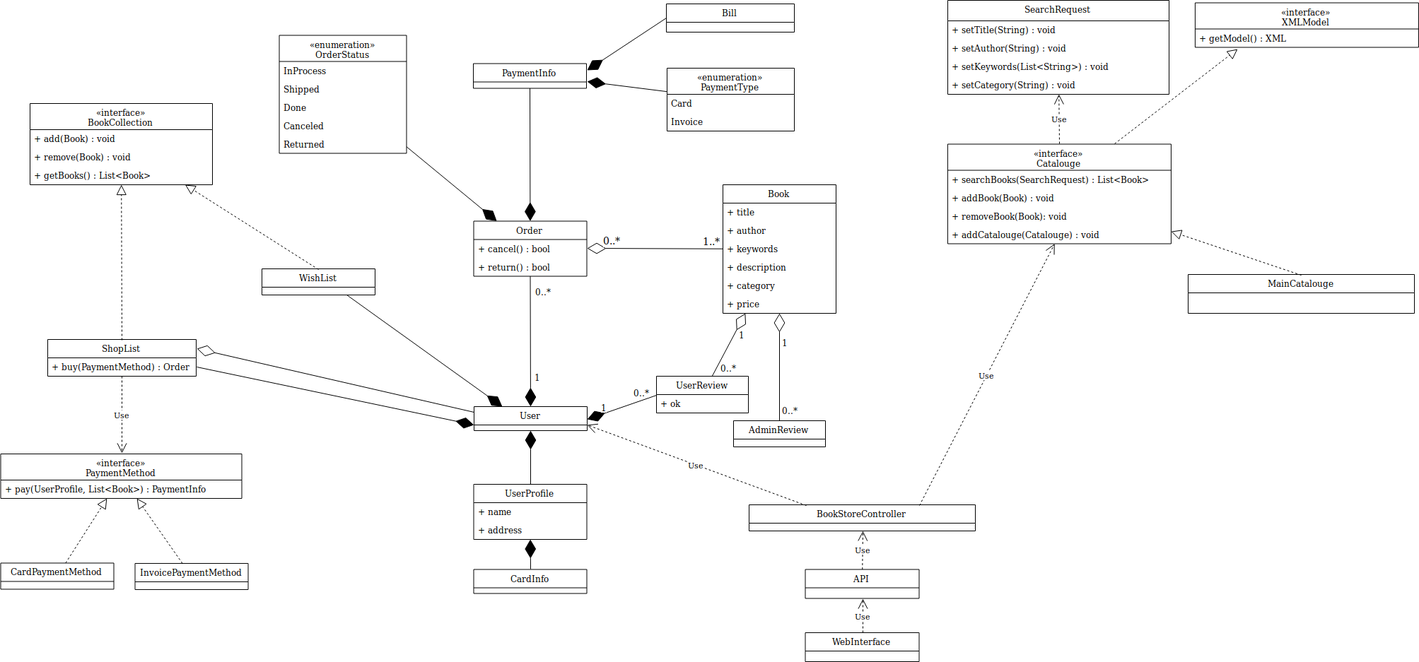
Before: bookstore/bookstore.png, a diagram exported from draw.io (akhoroshev/se-architecture-course). Source tidied: cells renumbered, new cells last; positions are measured from the earlier drawing's top-left corner, leaving out a move shared by most shapes.
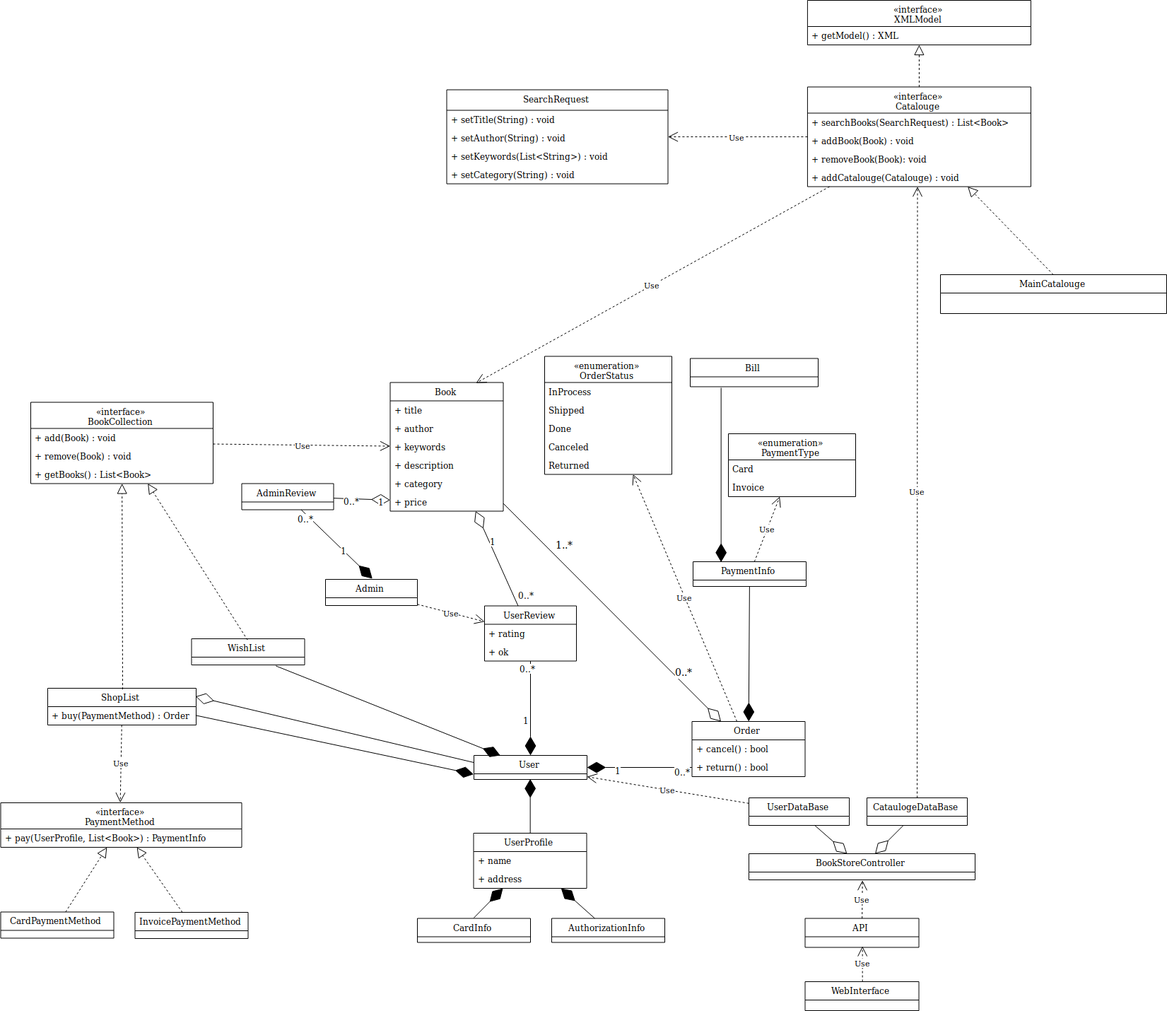
Above is the later version.

What changed in the source:
```diff
@@ -3,7 +3,7 @@
     <mxCell id="0" />
     <mxCell id="1" parent="0" />
     <mxCell id="2" value="Book" style="swimlane;fontStyle=0;align=center;verticalAlign=top;horizontal=1;startSize=26;" parent="1" vertex="1">
-      <mxGeometry x="1022" y="261" width="160" height="182" as="geometry" />
+      <mxGeometry x="551.5" y="47.5" width="160" height="182" as="geometry" />
     </mxCell>
     <mxCell id="3" value="+ title" style="text;strokeColor=none;fillColor=none;align=left;verticalAlign=top;spacingLeft=4;spacingRight=4;overflow=hidden;" parent="2" vertex="1">
       <mxGeometry y="26" width="160" height="26" as="geometry" />
@@ -24,7 +24,7 @@
       <mxGeometry y="156" width="160" height="26" as="geometry" />
     </mxCell>
     <mxCell id="9" value="Order" style="swimlane;fontStyle=0;align=center;verticalAlign=top;horizontal=1;startSize=26;" parent="1" vertex="1">
-      <mxGeometry x="669.5" y="312.5" width="160" height="78" as="geometry" />
+      <mxGeometry x="978.5" y="527" width="160" height="78" as="geometry" />
     </mxCell>
     <mxCell id="10" value="+ cancel() : bool" style="text;strokeColor=none;fillColor=none;align=left;verticalAlign=top;spacingLeft=4;spacingRight=4;overflow=hidden;" parent="9" vertex="1">
       <mxGeometry y="26" width="160" height="26" as="geometry" />
@@ -33,7 +33,7 @@
       <mxGeometry y="52" width="160" height="26" as="geometry" />
     </mxCell>
     <mxCell id="12" value="«enumeration»&#10;OrderStatus" style="swimlane;fontStyle=0;align=center;verticalAlign=top;horizontal=1;startSize=37;" parent="1" vertex="1">
-      <mxGeometry x="394.5" y="49.5" width="180" height="167" as="geometry" />
+      <mxGeometry x="770" y="10.5" width="180" height="167" as="geometry" />
     </mxCell>
     <mxCell id="13" value="InProcess" style="text;strokeColor=none;fillColor=none;align=left;verticalAlign=top;spacingLeft=4;spacingRight=4;overflow=hidden;" parent="12" vertex="1">
       <mxGeometry y="37" width="180" height="26" as="geometry" />
@@ -50,14 +50,11 @@
     <mxCell id="17" value="Returned" style="text;strokeColor=none;fillColor=none;align=left;verticalAlign=top;spacingLeft=4;spacingRight=4;overflow=hidden;" parent="12" vertex="1">
       <mxGeometry y="141" width="180" height="26" as="geometry" />
     </mxCell>
-    <mxCell id="18" style="endArrow=diamondThin;endFill=1;endSize=24;html=1;" parent="1" edge="1" source="12" target="9">
-      <mxGeometry relative="1" as="geometry" />
-    </mxCell>
     <mxCell id="19" value="PaymentInfo" style="swimlane;fontStyle=0;align=center;verticalAlign=top;horizontal=1;startSize=26;" parent="1" vertex="1">
-      <mxGeometry x="669" y="89.5" width="160" height="35" as="geometry" />
+      <mxGeometry x="980" y="301" width="160" height="35" as="geometry" />
     </mxCell>
     <mxCell id="20" value="«enumeration»&#10;PaymentType" style="swimlane;fontStyle=0;align=center;verticalAlign=top;horizontal=1;startSize=37;" parent="1" vertex="1">
-      <mxGeometry x="943" y="96" width="180" height="89" as="geometry" />
+      <mxGeometry x="1030" y="120" width="180" height="89" as="geometry" />
     </mxCell>
     <mxCell id="21" value="Card" style="text;strokeColor=none;fillColor=none;align=left;verticalAlign=top;spacingLeft=4;spacingRight=4;overflow=hidden;" parent="20" vertex="1">
       <mxGeometry y="37" width="180" height="26" as="geometry" />
@@ -86,16 +83,13 @@
     <mxCell id="29" style="endArrow=block;dashed=1;endFill=0;endSize=12;html=1;" parent="1" edge="1" source="25" target="27">
       <mxGeometry relative="1" as="geometry" />
     </mxCell>
-    <mxCell id="30" style="endArrow=diamondThin;endFill=1;endSize=24;html=1;entryX=1;entryY=0.75;entryDx=0;entryDy=0;" parent="1" edge="1" source="20" target="19">
-      <mxGeometry relative="1" as="geometry" />
-    </mxCell>
     <mxCell id="31" value="Bill" style="swimlane;fontStyle=0;align=center;verticalAlign=top;horizontal=1;startSize=26;" parent="1" vertex="1">
-      <mxGeometry x="942" y="5" width="181" height="40" as="geometry" />
+      <mxGeometry x="976" y="13.5" width="181" height="40" as="geometry" />
     </mxCell>
-    <mxCell id="32" style="endArrow=diamondThin;endFill=1;endSize=24;html=1;entryX=1;entryY=0.25;entryDx=0;entryDy=0;exitX=0;exitY=0.5;exitDx=0;exitDy=0;" parent="1" edge="1" source="31" target="19">
+    <mxCell id="32" style="endArrow=diamondThin;endFill=1;endSize=24;html=1;entryX=0.25;entryY=0;entryDx=0;entryDy=0;exitX=0.25;exitY=1;exitDx=0;exitDy=0;" parent="1" edge="1" source="31" target="19">
       <mxGeometry relative="1" as="geometry" />
     </mxCell>
-    <mxCell id="33" style="endArrow=diamondThin;endFill=0;endSize=24;html=1;entryX=1;entryY=0.5;entryDx=0;entryDy=0;" parent="1" edge="1" source="2" target="9">
+    <mxCell id="33" style="endArrow=diamondThin;endFill=0;endSize=24;html=1;" parent="1" edge="1" source="2" target="9">
       <mxGeometry relative="1" as="geometry" />
     </mxCell>
     <mxCell id="34" value="&lt;font style=&quot;font-size: 14px&quot;&gt;1..*&lt;/font&gt;" style="text;html=1;align=center;verticalAlign=middle;labelBackgroundColor=#ffffff;" parent="33" vertex="1">
@@ -109,7 +103,7 @@
       </mxGeometry>
     </mxCell>
     <mxCell id="36" value="«interface»&#10;Catalouge" style="swimlane;fontStyle=0;align=center;verticalAlign=top;horizontal=1;startSize=37;" parent="1" vertex="1">
-      <mxGeometry x="1339.9" y="203.5" width="316" height="141" as="geometry" />
+      <mxGeometry x="1141.9" y="-370.5" width="316" height="141" as="geometry" />
     </mxCell>
     <mxCell id="37" value="+ searchBooks(SearchRequest) : List&lt;Book&gt; " style="text;strokeColor=none;fillColor=none;align=left;verticalAlign=top;spacingLeft=4;spacingRight=4;overflow=hidden;" parent="36" vertex="1">
       <mxGeometry y="37" width="316" height="26" as="geometry" />
@@ -136,7 +130,7 @@
     </mxCell>
     <mxCell id="44" value="0..*" style="text;html=1;align=center;verticalAlign=middle;labelBackgroundColor=#ffffff;" parent="42" vertex="1">
       <mxGeometry x="-0.78" y="-1" relative="1" as="geometry">
-        <mxPoint x="18" as="offset" />
+        <mxPoint x="1" y="5" as="offset" />
       </mxGeometry>
     </mxCell>
     <mxCell id="45" value="UserProfile" style="swimlane;fontStyle=0;align=center;verticalAlign=top;horizontal=1;startSize=26;" parent="1" vertex="1">
@@ -149,16 +143,16 @@
       <mxGeometry y="52" width="160" height="26" as="geometry" />
     </mxCell>
     <mxCell id="48" value="CardInfo" style="swimlane;fontStyle=0;align=center;verticalAlign=top;horizontal=1;startSize=26;" parent="1" vertex="1">
-      <mxGeometry x="669.5" y="805.5" width="160" height="34" as="geometry" />
+      <mxGeometry x="590" y="805.5" width="160" height="34" as="geometry" />
     </mxCell>
-    <mxCell id="49" style="endArrow=diamondThin;endFill=1;endSize=24;html=1;exitX=0.5;exitY=0;exitDx=0;exitDy=0;" parent="1" edge="1" source="48" target="47">
+    <mxCell id="49" style="endArrow=diamondThin;endFill=1;endSize=24;html=1;exitX=0.5;exitY=0;exitDx=0;exitDy=0;" parent="1" edge="1" source="48" target="45">
       <mxGeometry relative="1" as="geometry" />
     </mxCell>
     <mxCell id="50" style="endArrow=diamondThin;endFill=1;endSize=24;html=1;exitX=0.5;exitY=0;exitDx=0;exitDy=0;entryX=0.5;entryY=1;entryDx=0;entryDy=0;" parent="1" edge="1" source="45" target="41">
       <mxGeometry relative="1" as="geometry" />
     </mxCell>
     <mxCell id="51" value="«interface»&#10;BookCollection" style="swimlane;fontStyle=0;align=center;verticalAlign=top;horizontal=1;startSize=37;" parent="1" vertex="1">
-      <mxGeometry x="42" y="146" width="258" height="115" as="geometry" />
+      <mxGeometry x="43" y="75.5" width="258" height="115" as="geometry" />
     </mxCell>
     <mxCell id="52" value="+ add(Book) : void" style="text;strokeColor=none;fillColor=none;align=left;verticalAlign=top;spacingLeft=4;spacingRight=4;overflow=hidden;" parent="51" vertex="1">
       <mxGeometry y="37" width="258" height="26" as="geometry" />
@@ -170,7 +164,7 @@
       <mxGeometry y="89" width="258" height="26" as="geometry" />
     </mxCell>
     <mxCell id="55" value="WishList" style="swimlane;fontStyle=0;align=center;verticalAlign=top;horizontal=1;startSize=26;" parent="1" vertex="1">
-      <mxGeometry x="370" y="380" width="160" height="37" as="geometry" />
+      <mxGeometry x="270.5" y="410" width="160" height="37" as="geometry" />
     </mxCell>
     <mxCell id="56" style="endArrow=block;dashed=1;endFill=0;endSize=12;html=1;exitX=0.5;exitY=0;exitDx=0;exitDy=0;" parent="1" edge="1" source="55" target="51">
       <mxGeometry relative="1" as="geometry" />
@@ -187,10 +181,8 @@
     <mxCell id="60" style="endArrow=diamondThin;endFill=1;endSize=24;html=1;entryX=0;entryY=0.75;entryDx=0;entryDy=0;exitX=1;exitY=0.75;exitDx=0;exitDy=0;" parent="1" edge="1" source="57" target="41">
       <mxGeometry relative="1" as="geometry" />
     </mxCell>
-    <mxCell id="61" style="endArrow=diamondThin;endFill=1;endSize=24;html=1;exitX=0.75;exitY=1;exitDx=0;exitDy=0;" parent="1" edge="1" source="55">
-      <mxGeometry relative="1" as="geometry">
-        <mxPoint x="710" y="575" as="targetPoint" />
-      </mxGeometry>
+    <mxCell id="61" style="endArrow=diamondThin;endFill=1;endSize=24;html=1;exitX=0.75;exitY=1;exitDx=0;exitDy=0;" parent="1" edge="1" source="55" target="41">
+      <mxGeometry relative="1" as="geometry" />
     </mxCell>
     <mxCell id="62" value="Use" style="endArrow=open;endSize=12;dashed=1;html=1;entryX=0.5;entryY=0;entryDx=0;entryDy=0;" parent="1" edge="1" source="58" target="27">
       <mxGeometry relative="1" as="geometry" />
@@ -199,7 +191,7 @@
       <mxGeometry relative="1" as="geometry" />
     </mxCell>
     <mxCell id="64" value="SearchRequest" style="swimlane;fontStyle=0;align=center;verticalAlign=top;horizontal=1;startSize=29;" parent="1" vertex="1">
-      <mxGeometry x="1340" width="313" height="133" as="geometry" />
+      <mxGeometry x="631.5" y="-366.5" width="313" height="133" as="geometry" />
     </mxCell>
     <mxCell id="65" value="+ setTitle(String) : void" style="text;strokeColor=none;fillColor=none;align=left;verticalAlign=top;spacingLeft=4;spacingRight=4;overflow=hidden;" parent="64" vertex="1">
       <mxGeometry y="29" width="313" height="26" as="geometry" />
@@ -213,14 +205,14 @@
     <mxCell id="68" value="+ setCategory(String) : void" style="text;strokeColor=none;fillColor=none;align=left;verticalAlign=top;spacingLeft=4;spacingRight=4;overflow=hidden;" parent="64" vertex="1">
       <mxGeometry y="107" width="313" height="26" as="geometry" />
     </mxCell>
-    <mxCell id="69" value="Use" style="endArrow=open;endSize=12;dashed=1;html=1;exitX=0.5;exitY=0;exitDx=0;exitDy=0;" parent="1" edge="1" source="36" target="64">
+    <mxCell id="69" value="Use" style="endArrow=open;endSize=12;dashed=1;html=1;" parent="1" edge="1" source="36" target="64">
       <mxGeometry relative="1" as="geometry" />
     </mxCell>
     <mxCell id="70" value="MainCatalouge" style="swimlane;fontStyle=0;align=center;verticalAlign=top;horizontal=1;startSize=26;" parent="1" vertex="1">
-      <mxGeometry x="1680" y="388" width="320" height="55" as="geometry" />
+      <mxGeometry x="1330" y="-105" width="320" height="55" as="geometry" />
     </mxCell>
     <mxCell id="71" value="«interface»&#10;XMLModel" style="swimlane;fontStyle=0;align=center;verticalAlign=top;horizontal=1;startSize=37;" parent="1" vertex="1">
-      <mxGeometry x="1689.9" y="3.5" width="316" height="63" as="geometry" />
+      <mxGeometry x="1141.9" y="-493" width="316" height="63" as="geometry" />
     </mxCell>
     <mxCell id="72" value="+ getModel() : XML " style="text;strokeColor=none;fillColor=none;align=left;verticalAlign=top;spacingLeft=4;spacingRight=4;overflow=hidden;points=[[0,0.5],[1,0.5]];portConstraint=eastwest;" parent="71" vertex="1">
       <mxGeometry y="37" width="316" height="26" as="geometry" />
@@ -228,17 +220,20 @@
     <mxCell id="73" style="endArrow=block;dashed=1;endFill=0;endSize=12;html=1;exitX=0.5;exitY=0;exitDx=0;exitDy=0;" parent="1" edge="1" source="70" target="36">
       <mxGeometry relative="1" as="geometry" />
     </mxCell>
-    <mxCell id="74" style="endArrow=block;dashed=1;endFill=0;endSize=12;html=1;exitX=0.75;exitY=0;exitDx=0;exitDy=0;entryX=0.193;entryY=1.096;entryDx=0;entryDy=0;entryPerimeter=0;" parent="1" edge="1" source="36" target="72">
+    <mxCell id="74" style="endArrow=block;dashed=1;endFill=0;endSize=12;html=1;" parent="1" edge="1" source="36" target="71">
       <mxGeometry relative="1" as="geometry" />
     </mxCell>
     <mxCell id="75" value="UserReview" style="swimlane;fontStyle=0;align=center;verticalAlign=top;horizontal=1;startSize=26;" parent="1" vertex="1">
-      <mxGeometry x="928" y="532" width="130" height="52" as="geometry" />
+      <mxGeometry x="685" y="363.5" width="130" height="78" as="geometry" />
     </mxCell>
+    <mxCell id="94" value="+ rating" style="text;strokeColor=none;fillColor=none;align=left;verticalAlign=top;spacingLeft=4;spacingRight=4;overflow=hidden;" parent="75" vertex="1">
+      <mxGeometry y="26" width="130" height="26" as="geometry" />
+    </mxCell>
     <mxCell id="76" value="+ ok" style="text;strokeColor=none;fillColor=none;align=left;verticalAlign=top;spacingLeft=4;spacingRight=4;overflow=hidden;" parent="75" vertex="1">
-      <mxGeometry y="26" width="130" height="26" as="geometry" />
+      <mxGeometry y="52" width="130" height="26" as="geometry" />
     </mxCell>
     <mxCell id="77" value="AdminReview" style="swimlane;fontStyle=0;align=center;verticalAlign=top;horizontal=1;startSize=26;" parent="1" vertex="1">
-      <mxGeometry x="1037" y="595" width="130" height="37" as="geometry" />
+      <mxGeometry x="341.5" y="190.5" width="130" height="37" as="geometry" />
     </mxCell>
     <mxCell id="78" style="endArrow=diamondThin;endFill=0;endSize=24;html=1;" parent="1" edge="1" source="77" target="8">
       <mxGeometry relative="1" as="geometry" />
@@ -266,7 +261,7 @@
         <mxPoint x="6" y="5" as="offset" />
       </mxGeometry>
     </mxCell>
-    <mxCell id="84" style="endArrow=diamondThin;endFill=1;endSize=24;html=1;exitX=0;exitY=0.5;exitDx=0;exitDy=0;entryX=1;entryY=0.5;entryDx=0;entryDy=0;" parent="1" edge="1" source="75" target="41">
+    <mxCell id="84" style="endArrow=diamondThin;endFill=1;endSize=24;html=1;" parent="1" edge="1" source="75" target="41">
       <mxGeometry relative="1" as="geometry" />
     </mxCell>
     <mxCell id="85" value="1" style="text;html=1;align=center;verticalAlign=middle;labelBackgroundColor=#ffffff;" parent="84" vertex="1">
@@ -282,10 +277,12 @@
     <mxCell id="87" value="BookStoreController" style="swimlane;fontStyle=0;align=center;verticalAlign=top;horizontal=1;startSize=26;" parent="1" vertex="1">
       <mxGeometry x="1059" y="714" width="320" height="37" as="geometry" />
     </mxCell>
-    <mxCell id="88" value="Use" style="endArrow=open;endSize=12;dashed=1;html=1;exitX=0.75;exitY=0;exitDx=0;exitDy=0;" parent="1" edge="1" source="87" target="40">
-      <mxGeometry relative="1" as="geometry" />
+    <mxCell id="88" value="Use" style="endArrow=open;endSize=12;dashed=1;html=1;" parent="1" edge="1" source="107">
+      <mxGeometry relative="1" as="geometry">
+        <mxPoint x="1297.5" y="-229.5" as="targetPoint" />
+      </mxGeometry>
     </mxCell>
-    <mxCell id="89" value="Use" style="endArrow=open;endSize=12;dashed=1;html=1;exitX=0.25;exitY=0;exitDx=0;exitDy=0;entryX=1;entryY=0.75;entryDx=0;entryDy=0;" parent="1" edge="1" source="87" target="41">
+    <mxCell id="89" value="Use" style="endArrow=open;endSize=12;dashed=1;html=1;" parent="1" edge="1" source="106" target="41">
       <mxGeometry relative="1" as="geometry" />
     </mxCell>
     <mxCell id="90" value="API" style="swimlane;fontStyle=0;align=center;verticalAlign=top;horizontal=1;startSize=26;" parent="1" vertex="1">
@@ -300,5 +297,54 @@
     <mxCell id="93" value="Use" style="endArrow=open;endSize=12;dashed=1;html=1;entryX=0.5;entryY=1;entryDx=0;entryDy=0;exitX=0.5;exitY=0;exitDx=0;exitDy=0;" parent="1" edge="1" source="92" target="90">
       <mxGeometry relative="1" as="geometry" />
     </mxCell>
+    <mxCell id="95" value="Admin" style="swimlane;fontStyle=0;align=center;verticalAlign=top;horizontal=1;startSize=26;" parent="1" vertex="1">
+      <mxGeometry x="460" y="326" width="130" height="37" as="geometry" />
+    </mxCell>
+    <mxCell id="96" style="endArrow=diamondThin;endFill=1;endSize=24;html=1;entryX=0.5;entryY=0;entryDx=0;entryDy=0;" parent="1" edge="1" source="77" target="95">
+      <mxGeometry relative="1" as="geometry" />
+    </mxCell>
+    <mxCell id="97" value="1" style="text;html=1;align=center;verticalAlign=middle;labelBackgroundColor=#ffffff;" parent="96" vertex="1">
+      <mxGeometry x="0.34" y="1" relative="1" as="geometry">
+        <mxPoint x="-9" y="-8" as="offset" />
+      </mxGeometry>
+    </mxCell>
+    <mxCell id="98" value="0..*" style="text;html=1;align=center;verticalAlign=middle;labelBackgroundColor=#ffffff;" parent="96" vertex="1">
+      <mxGeometry x="-0.71" y="1" relative="1" as="geometry">
+        <mxPoint x="-10" y="-2" as="offset" />
+      </mxGeometry>
+    </mxCell>
+    <mxCell id="99" value="Use" style="endArrow=open;endSize=12;dashed=1;html=1;" parent="1" edge="1" source="95" target="75">
+      <mxGeometry relative="1" as="geometry" />
+    </mxCell>
+    <mxCell id="100" value="AuthorizationInfo" style="swimlane;fontStyle=0;align=center;verticalAlign=top;horizontal=1;startSize=26;" parent="1" vertex="1">
+      <mxGeometry x="780" y="805.5" width="160" height="34" as="geometry" />
+    </mxCell>
+    <mxCell id="101" style="endArrow=diamondThin;endFill=1;endSize=24;html=1;" parent="1" edge="1" source="100" target="45">
+      <mxGeometry relative="1" as="geometry" />
+    </mxCell>
+    <mxCell id="102" value="Use" style="endArrow=open;endSize=12;dashed=1;html=1;" parent="1" edge="1" source="9" target="12">
+      <mxGeometry relative="1" as="geometry" />
+    </mxCell>
+    <mxCell id="103" value="Use" style="endArrow=open;endSize=12;dashed=1;html=1;" parent="1" edge="1" source="19" target="20">
+      <mxGeometry relative="1" as="geometry" />
+    </mxCell>
+    <mxCell id="104" value="Use" style="endArrow=open;endSize=12;dashed=1;html=1;" parent="1" edge="1" source="51" target="2">
+      <mxGeometry relative="1" as="geometry" />
+    </mxCell>
+    <mxCell id="105" value="Use" style="endArrow=open;endSize=12;dashed=1;html=1;entryX=0.75;entryY=0;entryDx=0;entryDy=0;" parent="1" edge="1" source="36" target="2">
+      <mxGeometry relative="1" as="geometry" />
+    </mxCell>
+    <mxCell id="106" value="UserDataBase" style="swimlane;fontStyle=0;align=center;verticalAlign=top;horizontal=1;startSize=26;" parent="1" vertex="1">
+      <mxGeometry x="1059" y="635" width="142" height="39" as="geometry" />
+    </mxCell>
+    <mxCell id="107" value="CataulogeDataBase" style="swimlane;fontStyle=0;align=center;verticalAlign=top;horizontal=1;startSize=26;" parent="1" vertex="1">
+      <mxGeometry x="1226" y="635" width="142" height="39" as="geometry" />
+    </mxCell>
+    <mxCell id="108" style="endArrow=diamondThin;endFill=0;endSize=24;html=1;" parent="1" edge="1" source="106" target="87">
+      <mxGeometry relative="1" as="geometry" />
+    </mxCell>
+    <mxCell id="109" style="endArrow=diamondThin;endFill=0;endSize=24;html=1;" parent="1" edge="1" source="107" target="87">
+      <mxGeometry relative="1" as="geometry" />
+    </mxCell>
   </root>
 </mxGraphModel>
```
